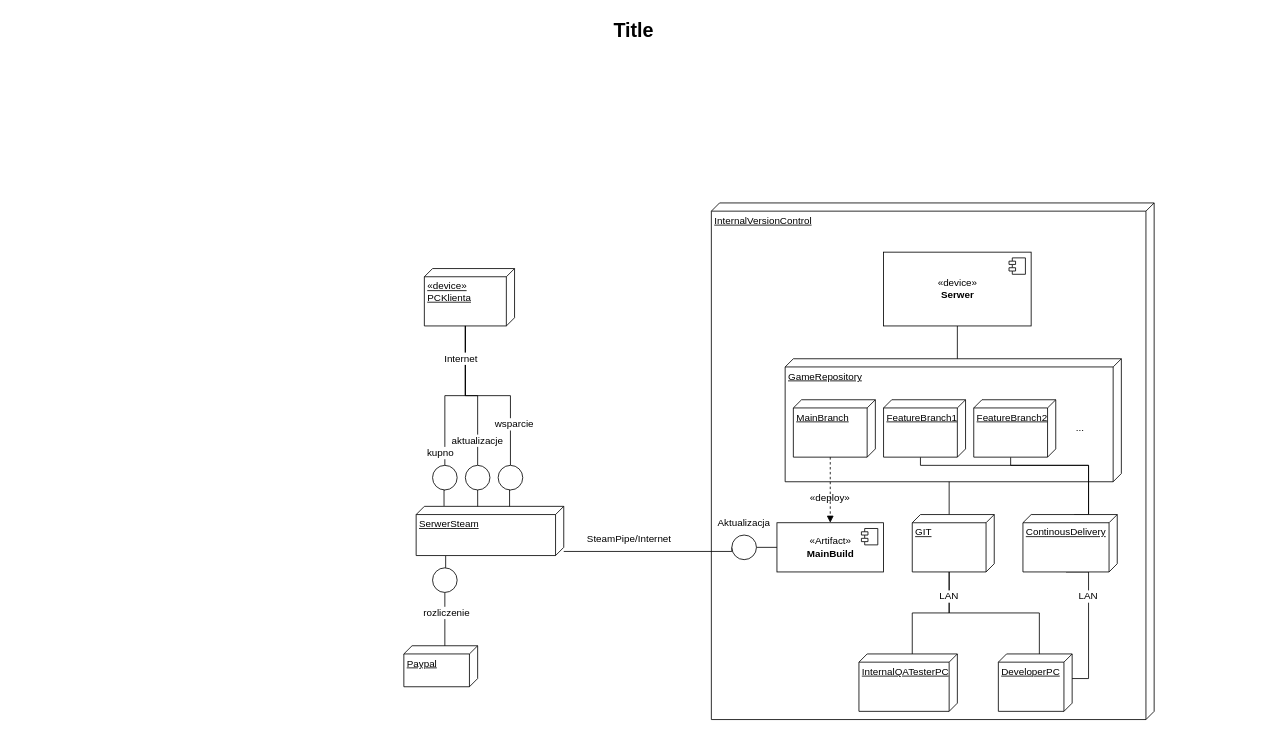
Before: 3. dokumentacja projektowa i wdrożeniowa/d. diagramy wdrożeniowe/MayaWdrozenieDiag.drawio in 4cer/maya-slasher, a draw.io diagram. Source tidied: cells renumbered, new cells numbered last; positions are measured from the earlier drawing's top-left corner, leaving out a move shared by most shapes. Both pictures are drawn from the tidied source at 82%, with x=0, y=0 at pixel (14, 14).
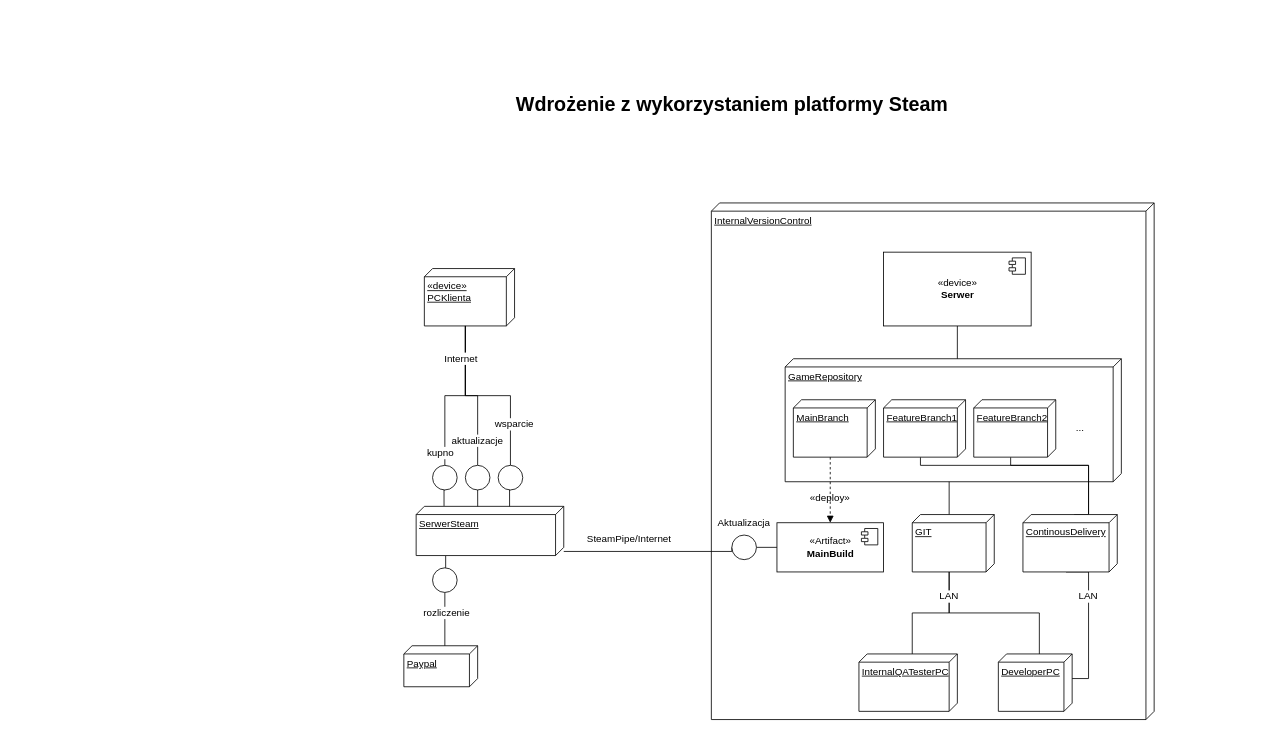
After the change.

The edit, as a diff of the source:
```diff
@@
-    <mxCell id="2" value="Title" style="text;strokeColor=none;fillColor=none;html=1;fontSize=24;fontStyle=1;verticalAlign=middle;align=center;" parent="1" vertex="1">
-      <mxGeometry width="1510" height="40" as="geometry" />
+    <mxCell id="2" value="Wdrożenie z wykorzystaniem platformy Steam" style="text;strokeColor=none;fillColor=none;html=1;fontSize=24;fontStyle=1;verticalAlign=middle;align=center;" parent="1" vertex="1">
+      <mxGeometry x="325" y="90" width="1100" height="40" as="geometry" />
     </mxCell>
```
